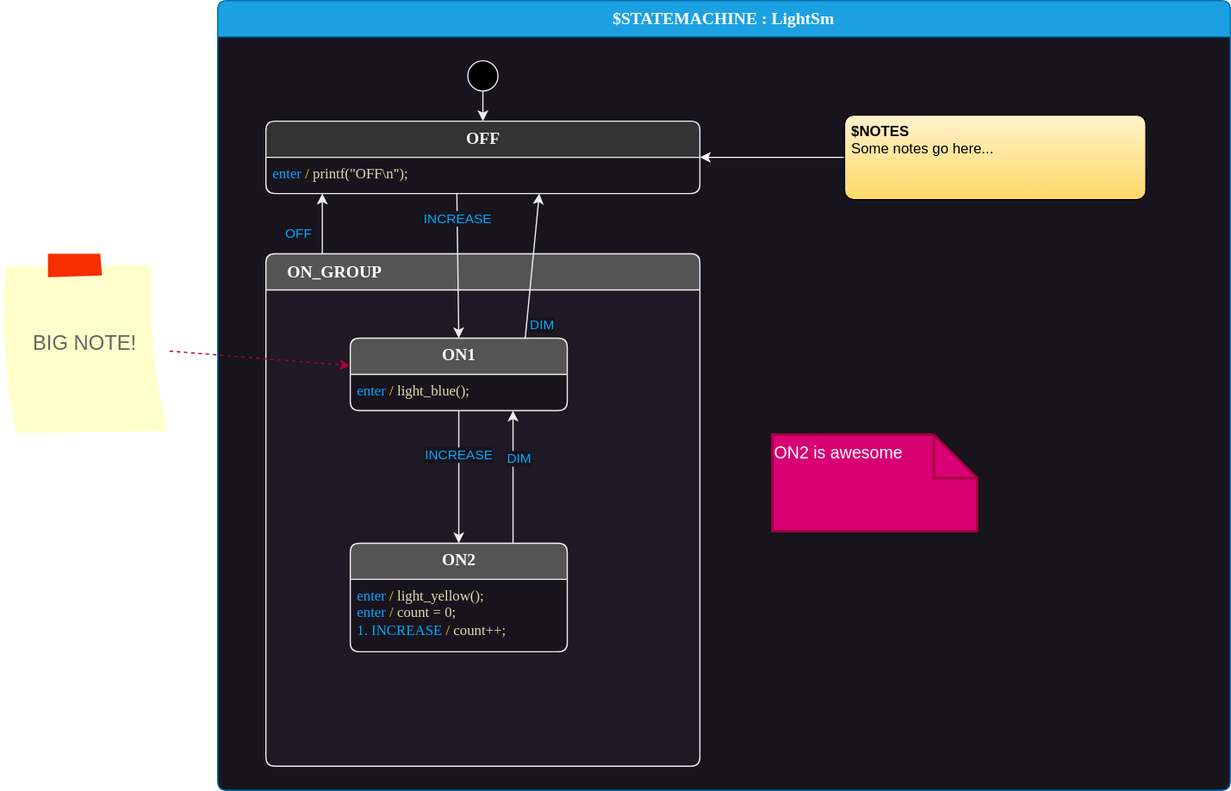
Earlier version of the draw.io export lesson-5/c99-gcc/src/LightSm.drawio.svg (StateSmith/tutorial-2). Source tidied: cells renumbered, new cells last; positions are measured from the earlier drawing's top-left corner, leaving out a move shared by most shapes.
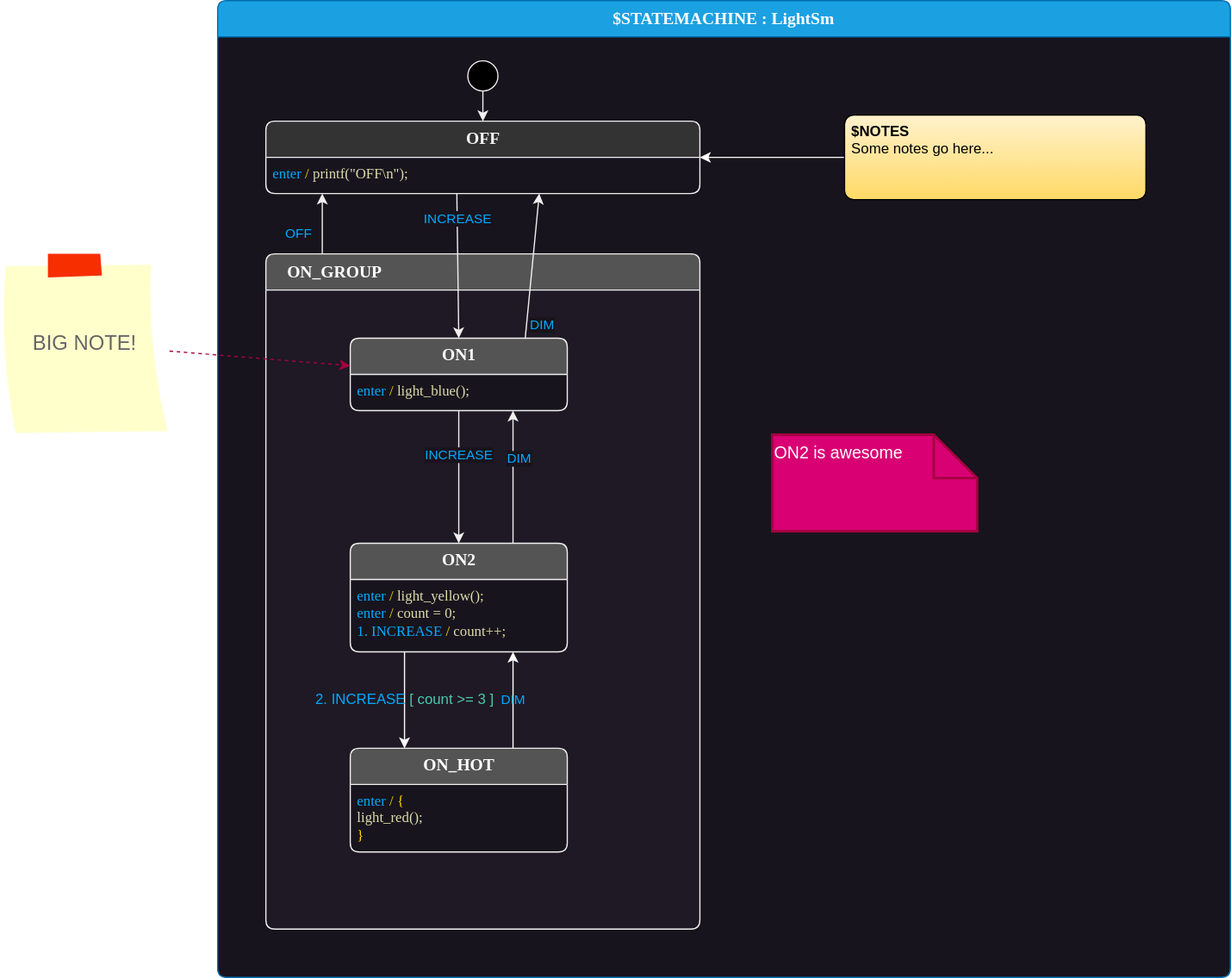
Later version of the same file.

Change to the diagram source:
```diff
@@ -3,10 +3,10 @@
     <mxCell id="0" />
     <mxCell id="1" parent="0" />
     <mxCell id="2" value="$STATEMACHINE : LightSm" style="shape=swimlane;align=center;verticalAlign=top;fontFamily=Lucida Console;startSize=30;fontSize=14;fontStyle=1;swimlaneFillColor=#18141d;rounded=1;arcSize=15;absoluteArcSize=1;fillColor=#1ba1e2;fontColor=#ffffff;strokeColor=#006EAF;" parent="1" vertex="1">
-      <mxGeometry x="180" width="840" height="655" as="geometry" />
+      <mxGeometry x="180" width="840" height="810" as="geometry" />
     </mxCell>
     <mxCell id="3" value="ON_GROUP " style="shape=swimlane;align=left;verticalAlign=top;fontFamily=Lucida Console;startSize=30;fontSize=14;fontStyle=1;fontColor=#ffffff;fillColor=#545454;swimlaneFillColor=#1E1924;rounded=1;arcSize=15;absoluteArcSize=1;strokeColor=#F0F0F0;spacingLeft=16;points=[[0,0,0,0,0],[0,0.25,0,0,0],[0,0.5,0,0,0],[0,0.75,0,0,0],[0,1,0,0,0],[0.06,0,0,0,0],[0.13,0,0,0,0],[0.19,0,0,0,0],[0.25,0,0,0,0],[0.25,1,0,0,0],[0.31,0,0,0,0],[0.38,0,0,0,0],[0.44,0,0,0,0],[0.5,0,0,0,0],[0.5,1,0,0,0],[0.56,0,0,0,0],[0.63,0,0,0,0],[0.69,0,0,0,0],[0.75,0,0,0,0],[0.75,1,0,0,0],[0.81,0,0,0,0],[0.88,0,0,0,0],[0.94,0,0,0,0],[1,0,0,0,0],[1,0.25,0,0,0],[1,0.5,0,0,0],[1,0.75,0,0,0],[1,1,0,0,0]];" parent="2" vertex="1">
-      <mxGeometry x="40" y="210" width="360" height="425" as="geometry" />
+      <mxGeometry x="40" y="210" width="360" height="560" as="geometry" />
     </mxCell>
     <mxCell id="4" value=" " style="fontFamily=Lucida Console;align=left;verticalAlign=top;fillColor=none;gradientColor=none;strokeColor=none;rounded=0;spacingLeft=4;" parent="3" vertex="1">
       <mxGeometry y="30" width="30" height="20" as="geometry" />
@@ -23,12 +23,24 @@
     <mxCell id="8" value="&lt;font&gt;INCREASE&lt;/font&gt;" style="edgeStyle=none;html=1;entryX=0.5;entryY=0;entryDx=0;entryDy=0;fontColor=#00AAFF;strokeColor=#F0F0F0;labelBackgroundColor=#18141D;" parent="3" edge="1" source="5" target="9">
       <mxGeometry x="-0.33" relative="1" as="geometry" />
     </mxCell>
+    <mxCell id="24" value="&lt;font style=&quot;font-size: 12px;&quot; color=&quot;#00aaff&quot;&gt;2. INCREASE&lt;/font&gt;&lt;span style=&quot;font-size: 12px;&quot;&gt;&amp;nbsp;&lt;/span&gt;&lt;font style=&quot;font-size: 12px;&quot; color=&quot;#4ec9b0&quot;&gt;[ count &amp;gt;= 3 ]&lt;/font&gt;" style="edgeStyle=none;html=1;exitX=0.25;exitY=1;exitDx=0;exitDy=0;entryX=0.25;entryY=0;entryDx=0;entryDy=0;strokeColor=#FFFFFF;labelBackgroundColor=none;" parent="3" edge="1" source="9" target="26">
+      <mxGeometry relative="1" as="geometry" />
+    </mxCell>
     <mxCell id="9" value="ON2" style="shape=swimlane;align=center;verticalAlign=top;fontFamily=Lucida Console;startSize=30;fontSize=14;fontStyle=1;swimlaneFillColor=#18141d;html=1;rounded=1;arcSize=15;absoluteArcSize=1;fillColor=#545454;fontColor=#ffffff;strokeColor=#F0F0F0;" parent="3" vertex="1">
       <mxGeometry x="70" y="240" width="180" height="90" as="geometry" />
     </mxCell>
     <mxCell id="10" value="&lt;font color=&quot;#00aaff&quot;&gt;enter&amp;nbsp;&lt;/font&gt;&lt;font color=&quot;#ffd700&quot;&gt;/&lt;/font&gt;&amp;nbsp;&lt;font color=&quot;#dcdcaa&quot;&gt;light_yellow();&lt;br&gt;&lt;/font&gt;&lt;font color=&quot;#00aaff&quot;&gt;enter&lt;/font&gt;&amp;nbsp;&lt;font color=&quot;#ffd700&quot;&gt;/&lt;/font&gt;&amp;nbsp;&lt;font color=&quot;#dcdcaa&quot;&gt;count = 0;&lt;br&gt;&lt;/font&gt;&lt;font color=&quot;#00aaff&quot;&gt;1. INCREASE&lt;/font&gt;&amp;nbsp;&lt;font color=&quot;#ffd700&quot;&gt;/&lt;/font&gt;&amp;nbsp;&lt;font color=&quot;#dcdcaa&quot;&gt;count++;&lt;/font&gt;&lt;font color=&quot;#dcdcaa&quot;&gt;&lt;br&gt;&lt;/font&gt;" style="fontFamily=Lucida Console;align=left;verticalAlign=top;fillColor=none;gradientColor=none;strokeColor=none;rounded=0;spacingLeft=4;html=1;" parent="9" vertex="1">
       <mxGeometry y="30" width="190" height="60" as="geometry" />
     </mxCell>
+    <mxCell id="25" value="&lt;span style=&quot;color: rgb(0, 170, 255);&quot;&gt;DIM&lt;/span&gt;" style="edgeStyle=none;html=1;exitX=0.75;exitY=0;exitDx=0;exitDy=0;entryX=0.75;entryY=1;entryDx=0;entryDy=0;strokeColor=#FFFFFF;labelBackgroundColor=none;" parent="3" edge="1" source="26" target="9">
+      <mxGeometry relative="1" as="geometry" />
+    </mxCell>
+    <mxCell id="26" value="ON_HOT" style="shape=swimlane;align=center;verticalAlign=top;fontFamily=Lucida Console;startSize=30;fontSize=14;fontStyle=1;swimlaneFillColor=#18141d;html=1;rounded=1;arcSize=15;absoluteArcSize=1;fillColor=#545454;fontColor=#ffffff;strokeColor=#F0F0F0;" parent="3" vertex="1">
+      <mxGeometry x="70" y="410" width="180" height="86" as="geometry" />
+    </mxCell>
+    <mxCell id="27" value="&lt;font color=&quot;#00aaff&quot;&gt;enter&lt;/font&gt; &lt;font color=&quot;#ffd700&quot;&gt;/ {&lt;/font&gt;&lt;br&gt;&amp;nbsp;&amp;nbsp;&lt;font color=&quot;#dcdcaa&quot;&gt;light_red();&lt;br&gt;&lt;/font&gt;&lt;span style=&quot;color: rgb(255, 215, 0);&quot;&gt;}&lt;/span&gt;&lt;font color=&quot;#dcdcaa&quot;&gt;&lt;br&gt;&lt;/font&gt;" style="fontFamily=Lucida Console;align=left;verticalAlign=top;fillColor=none;gradientColor=none;strokeColor=none;rounded=0;spacingLeft=4;html=1;" parent="26" vertex="1">
+      <mxGeometry y="30" width="121" height="55" as="geometry" />
+    </mxCell>
     <mxCell id="11" value=" " style="fontFamily=Lucida Console;align=left;verticalAlign=top;fillColor=none;gradientColor=none;strokeColor=none;rounded=0;spacingLeft=4;" parent="2" vertex="1">
       <mxGeometry y="30" width="30" height="20" as="geometry" />
     </mxCell>
```
